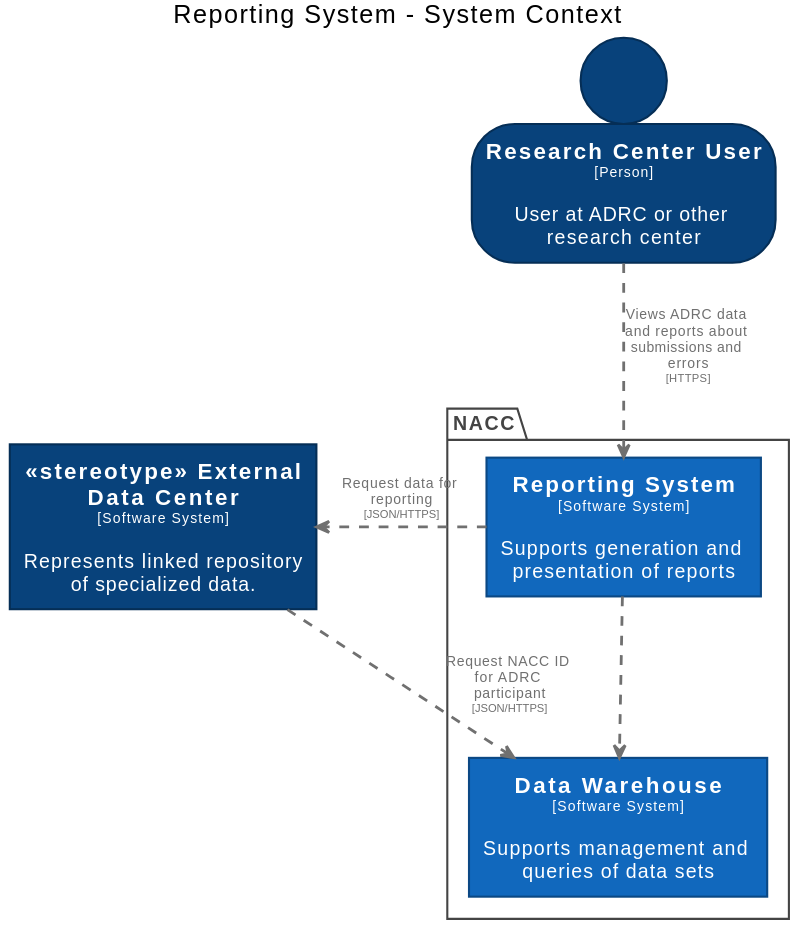
naccdata/system-design keeps this PlantUML diagram as docs/images/structurizr-ReportingContext.svg. Above is the earlier version.
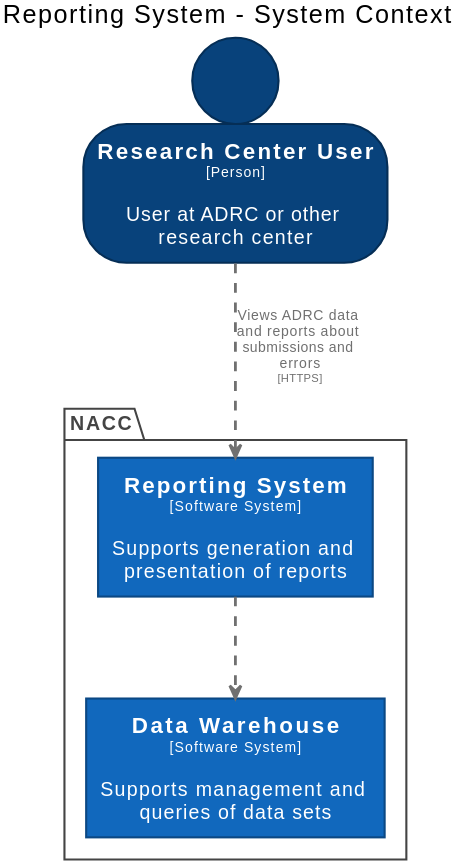
Above is the later version.

The edit, as a diff of the source:
```diff
@@ -13,11 +13,6 @@
 
 hide stereotype
 
-skinparam rectangle<<stereotypeExternalDataCenter>> {
-  BackgroundColor #08427b
-  FontColor #ffffff
-  BorderColor #052e56
-}
 skinparam rectangle<<DataWarehouse>> {
   BackgroundColor #1168bd
   FontColor #ffffff
@@ -42,11 +37,8 @@
   rectangle "==Reporting System\n<size:10>[Software System]</size>\n\nSupports generation and presentation of reports" <<ReportingSystem>> as ReportingSystem
 }
 
-rectangle "==<<stereotype>> External Data Center\n<size:10>[Software System]</size>\n\nRepresents linked repository of specialized data." <<stereotypeExternalDataCenter>> as stereotypeExternalDataCenter
 person "==Research Center User\n<size:10>[Person]</size>\n\nUser at ADRC or other research center" <<ResearchCenterUser>> as ResearchCenterUser
 
-stereotypeExternalDataCenter .[#707070,thickness=2].> DataWarehouse : "<color:#707070>Request NACC ID for ADRC participant\n<color:#707070><size:8>[JSON/HTTPS]</size>"
-ReportingSystem .[#707070,thickness=2].> stereotypeExternalDataCenter : "<color:#707070>Request data for reporting\n<color:#707070><size:8>[JSON/HTTPS]</size>"
 ReportingSystem .[#707070,thickness=2].> DataWarehouse : "<color:#707070>"
 ResearchCenterUser .[#707070,thickness=2].> ReportingSystem : "<color:#707070>Views ADRC data and reports about submissions and errors\n<color:#707070><size:8>[HTTPS]</size>"
 @enduml
```
